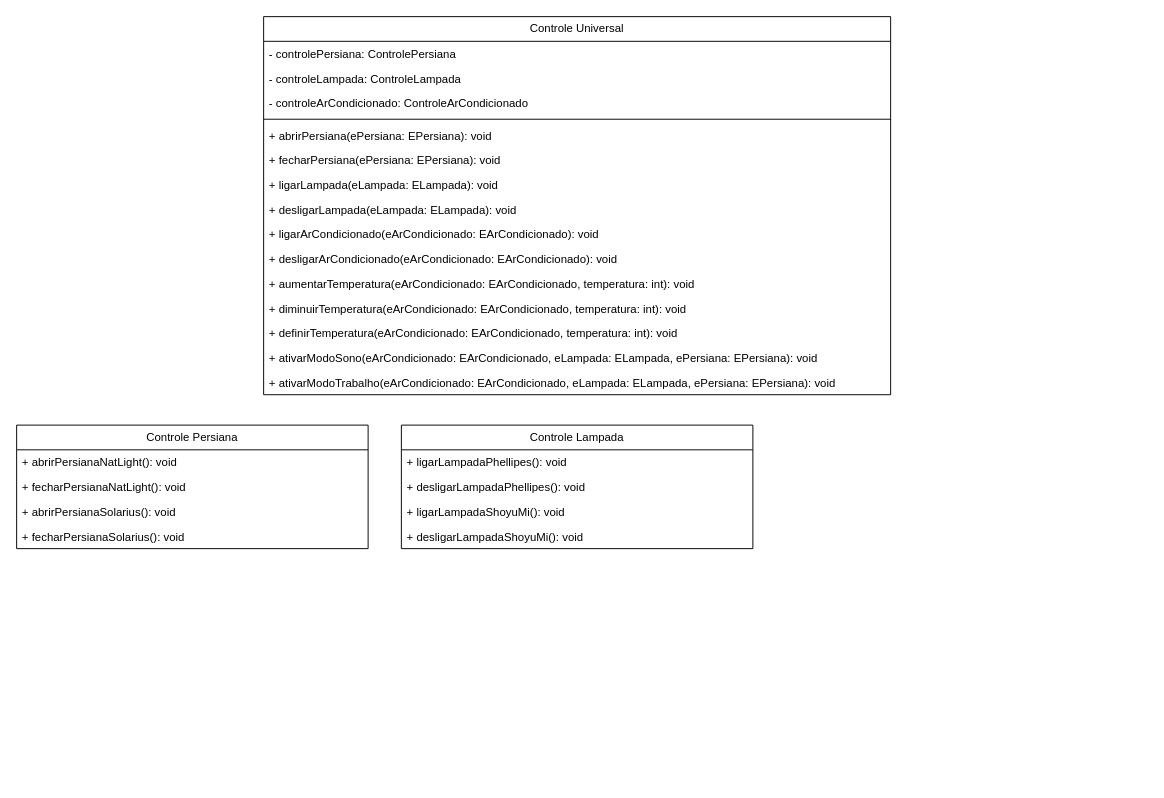
Before: problema3/target/classes/com/analisealgoritmos/assets/trabalho 1 - problema 3.drawio in joaolavina/AnaliseAlgoritmos, a draw.io diagram. Source tidied: cells renumbered, new cells numbered last; positions are measured from the earlier drawing's top-left corner, leaving out a move shared by most shapes. Both pictures are drawn from the tidied source at 95%, with x=0, y=0 at pixel (16, 16).
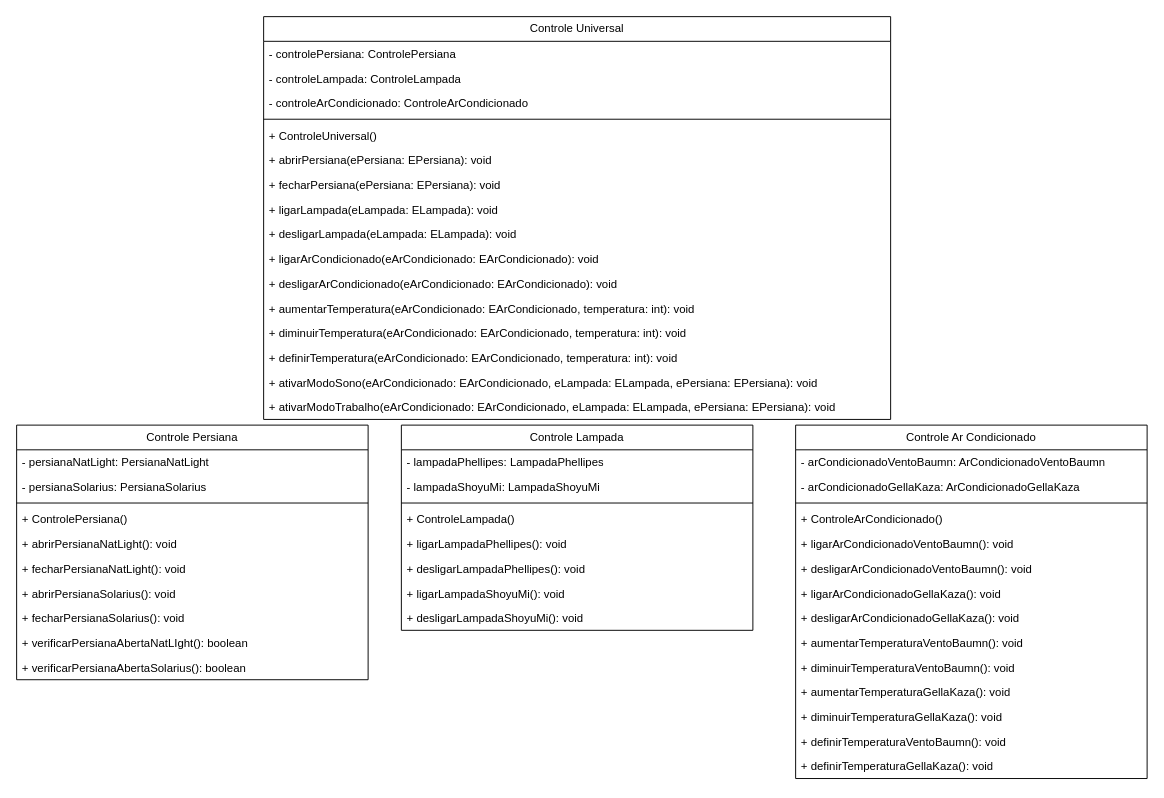
Above is the later version.

The edit, as a diff of the source:
```diff
@@
     <mxCell id="2" value="Controle Universal" style="swimlane;fontStyle=0;horizontal=1;startSize=26;fillColor=none;whiteSpace=wrap;html=1;" parent="1" vertex="1">
-      <mxGeometry x="260" width="660" height="398" as="geometry" />
+      <mxGeometry x="260" width="660" height="424" as="geometry" />
     </mxCell>
@@
+    <mxCell id="28" value="+ ControleUniversal()" style="text;strokeColor=none;fillColor=none;align=left;verticalAlign=top;spacingLeft=4;spacingRight=4;overflow=hidden;whiteSpace=wrap;html=1;" parent="2" vertex="1">
+      <mxGeometry y="112" width="660" height="26" as="geometry" />
+    </mxCell>
     <mxCell id="7" value="+ abrirPersiana(ePersiana: EPersiana): void" style="text;strokeColor=none;fillColor=none;align=left;verticalAlign=top;spacingLeft=4;spacingRight=4;overflow=hidden;whiteSpace=wrap;html=1;" parent="2" vertex="1">
-      <mxGeometry y="112" width="660" height="26" as="geometry" />
+      <mxGeometry y="138" width="660" height="26" as="geometry" />
     </mxCell>
     <mxCell id="8" value="+ fecharPersiana(ePersiana: EPersiana): void" style="text;strokeColor=none;fillColor=none;align=left;verticalAlign=top;spacingLeft=4;spacingRight=4;overflow=hidden;whiteSpace=wrap;html=1;" parent="2" vertex="1">
-      <mxGeometry y="138" width="660" height="26" as="geometry" />
+      <mxGeometry y="164" width="660" height="26" as="geometry" />
     </mxCell>
     <mxCell id="9" value="+ ligarLampada(eLampada: ELampada): void" style="text;strokeColor=none;fillColor=none;align=left;verticalAlign=top;spacingLeft=4;spacingRight=4;overflow=hidden;whiteSpace=wrap;html=1;" parent="2" vertex="1">
-      <mxGeometry y="164" width="660" height="26" as="geometry" />
+      <mxGeometry y="190" width="660" height="26" as="geometry" />
     </mxCell>
     <mxCell id="10" value="+ desligarLampada(eLampada: ELampada): void" style="text;strokeColor=none;fillColor=none;align=left;verticalAlign=top;spacingLeft=4;spacingRight=4;overflow=hidden;whiteSpace=wrap;html=1;" parent="2" vertex="1">
-      <mxGeometry y="190" width="660" height="26" as="geometry" />
+      <mxGeometry y="216" width="660" height="26" as="geometry" />
     </mxCell>
     <mxCell id="11" value="+ ligarArCondicionado(eArCondicionado: EArCondicionado): void" style="text;strokeColor=none;fillColor=none;align=left;verticalAlign=top;spacingLeft=4;spacingRight=4;overflow=hidden;whiteSpace=wrap;html=1;" parent="2" vertex="1">
-      <mxGeometry y="216" width="660" height="26" as="geometry" />
+      <mxGeometry y="242" width="660" height="26" as="geometry" />
     </mxCell>
     <mxCell id="12" value="+ desligarArCondicionado(eArCondicionado: EArCondicionado): void" style="text;strokeColor=none;fillColor=none;align=left;verticalAlign=top;spacingLeft=4;spacingRight=4;overflow=hidden;whiteSpace=wrap;html=1;" parent="2" vertex="1">
-      <mxGeometry y="242" width="660" height="26" as="geometry" />
+      <mxGeometry y="268" width="660" height="26" as="geometry" />
     </mxCell>
     <mxCell id="13" value="+ aumentarTemperatura(eArCondicionado: EArCondicionado, temperatura: int): void" style="text;strokeColor=none;fillColor=none;align=left;verticalAlign=top;spacingLeft=4;spacingRight=4;overflow=hidden;whiteSpace=wrap;html=1;" parent="2" vertex="1">
-      <mxGeometry y="268" width="660" height="26" as="geometry" />
+      <mxGeometry y="294" width="660" height="26" as="geometry" />
     </mxCell>
     <mxCell id="14" value="+ diminuirTemperatura(eA&lt;span style=&quot;color: rgb(0, 0, 0);&quot;&gt;rCondicionado: EArCondicionado, temperatura: int&lt;/span&gt;): void" style="text;strokeColor=none;fillColor=none;align=left;verticalAlign=top;spacingLeft=4;spacingRight=4;overflow=hidden;whiteSpace=wrap;html=1;" parent="2" vertex="1">
-      <mxGeometry y="294" width="660" height="26" as="geometry" />
+      <mxGeometry y="320" width="660" height="26" as="geometry" />
     </mxCell>
     <mxCell id="15" value="+ definirTemperatura(eA&lt;span style=&quot;color: rgb(0, 0, 0);&quot;&gt;rCondicionado: EArCondicionado, temperatura: int&lt;/span&gt;): void" style="text;strokeColor=none;fillColor=none;align=left;verticalAlign=top;spacingLeft=4;spacingRight=4;overflow=hidden;whiteSpace=wrap;html=1;" parent="2" vertex="1">
-      <mxGeometry y="320" width="660" height="26" as="geometry" />
+      <mxGeometry y="346" width="660" height="26" as="geometry" />
     </mxCell>
     <mxCell id="16" value="+ ativarModoSono(eArCondicionado: EArCondicionado, eLampada: ELampada, ePersiana: EPersiana): void" style="text;strokeColor=none;fillColor=none;align=left;verticalAlign=top;spacingLeft=4;spacingRight=4;overflow=hidden;whiteSpace=wrap;html=1;" parent="2" vertex="1">
-      <mxGeometry y="346" width="660" height="26" as="geometry" />
+      <mxGeometry y="372" width="660" height="26" as="geometry" />
     </mxCell>
     <mxCell id="17" value="+ ativarModoTrabalho(&lt;span style=&quot;color: rgb(0, 0, 0);&quot;&gt;eArCondicionado: EArCondicionado, eLampada: ELampada, ePersiana: EPersiana&lt;/span&gt;): void" style="text;strokeColor=none;fillColor=none;align=left;verticalAlign=top;spacingLeft=4;spacingRight=4;overflow=hidden;whiteSpace=wrap;html=1;" parent="2" vertex="1">
-      <mxGeometry y="372" width="660" height="26" as="geometry" />
+      <mxGeometry y="398" width="660" height="26" as="geometry" />
     </mxCell>
     <mxCell id="18" value="Controle Persiana" style="swimlane;fontStyle=0;horizontal=1;startSize=26;fillColor=none;whiteSpace=wrap;html=1;" parent="1" vertex="1">
-      <mxGeometry y="430" width="370" height="130" as="geometry" />
+      <mxGeometry y="430" width="370" height="268" as="geometry" />
     </mxCell>
+    <mxCell id="29" value="- persianaNatLight: PersianaNatLight" style="text;strokeColor=none;fillColor=none;align=left;verticalAlign=top;spacingLeft=4;spacingRight=4;overflow=hidden;whiteSpace=wrap;html=1;" parent="18" vertex="1">
+      <mxGeometry y="26" width="370" height="26" as="geometry" />
+    </mxCell>
+    <mxCell id="30" value="- persianaSolarius: PersianaSolarius" style="text;strokeColor=none;fillColor=none;align=left;verticalAlign=top;spacingLeft=4;spacingRight=4;overflow=hidden;whiteSpace=wrap;html=1;" parent="18" vertex="1">
+      <mxGeometry y="52" width="370" height="26" as="geometry" />
+    </mxCell>
+    <mxCell id="31" style="line;strokeWidth=1;fillColor=none;align=left;verticalAlign=middle;spacingTop=-1;spacingLeft=3;spacingRight=3;labelPosition=right;strokeColor=inherit;" parent="18" vertex="1">
+      <mxGeometry y="78" width="370" height="8" as="geometry" />
+    </mxCell>
+    <mxCell id="32" value="+ ControlePersiana()" style="text;strokeColor=none;fillColor=none;align=left;verticalAlign=top;spacingLeft=4;spacingRight=4;overflow=hidden;whiteSpace=wrap;html=1;" parent="18" vertex="1">
+      <mxGeometry y="86" width="370" height="26" as="geometry" />
+    </mxCell>
     <mxCell id="19" value="+ abrirPersianaNatLight(): void" style="text;strokeColor=none;fillColor=none;align=left;verticalAlign=top;spacingLeft=4;spacingRight=4;overflow=hidden;whiteSpace=wrap;html=1;" parent="18" vertex="1">
-      <mxGeometry y="26" width="370" height="26" as="geometry" />
+      <mxGeometry y="112" width="370" height="26" as="geometry" />
     </mxCell>
     <mxCell id="20" value="+ fecharPersianaNatLight(): void" style="text;strokeColor=none;fillColor=none;align=left;verticalAlign=top;spacingLeft=4;spacingRight=4;overflow=hidden;whiteSpace=wrap;html=1;" parent="18" vertex="1">
-      <mxGeometry y="52" width="370" height="26" as="geometry" />
+      <mxGeometry y="138" width="370" height="26" as="geometry" />
     </mxCell>
     <mxCell id="21" value="+ abrirPersianaSolarius(): void" style="text;strokeColor=none;fillColor=none;align=left;verticalAlign=top;spacingLeft=4;spacingRight=4;overflow=hidden;whiteSpace=wrap;html=1;" parent="18" vertex="1">
-      <mxGeometry y="78" width="370" height="26" as="geometry" />
+      <mxGeometry y="164" width="370" height="26" as="geometry" />
     </mxCell>
     <mxCell id="22" value="+ fecharPersianaSolarius(): void" style="text;strokeColor=none;fillColor=none;align=left;verticalAlign=top;spacingLeft=4;spacingRight=4;overflow=hidden;whiteSpace=wrap;html=1;" parent="18" vertex="1">
-      <mxGeometry y="104" width="370" height="26" as="geometry" />
+      <mxGeometry y="190" width="370" height="26" as="geometry" />
     </mxCell>
+    <mxCell id="33" value="+ verificarPersianaAbertaNatLIght(): boolean" style="text;strokeColor=none;fillColor=none;align=left;verticalAlign=top;spacingLeft=4;spacingRight=4;overflow=hidden;whiteSpace=wrap;html=1;" parent="18" vertex="1">
+      <mxGeometry y="216" width="370" height="26" as="geometry" />
+    </mxCell>
+    <mxCell id="34" value="+ verificarPersianaAbertaSolarius(): boolean" style="text;strokeColor=none;fillColor=none;align=left;verticalAlign=top;spacingLeft=4;spacingRight=4;overflow=hidden;whiteSpace=wrap;html=1;" parent="18" vertex="1">
+      <mxGeometry y="242" width="370" height="26" as="geometry" />
+    </mxCell>
     <mxCell id="23" value="Controle Lampada" style="swimlane;fontStyle=0;horizontal=1;startSize=26;fillColor=none;whiteSpace=wrap;html=1;" parent="1" vertex="1">
-      <mxGeometry x="405" y="430" width="370" height="130" as="geometry" />
+      <mxGeometry x="405" y="430" width="370" height="216" as="geometry" />
     </mxCell>
+    <mxCell id="35" value="- lampadaPhellipes: LampadaPhellipes" style="text;strokeColor=none;fillColor=none;align=left;verticalAlign=top;spacingLeft=4;spacingRight=4;overflow=hidden;whiteSpace=wrap;html=1;" parent="23" vertex="1">
+      <mxGeometry y="26" width="370" height="26" as="geometry" />
+    </mxCell>
+    <mxCell id="36" value="- lampadaShoyuMi: LampadaShoyuMi" style="text;strokeColor=none;fillColor=none;align=left;verticalAlign=top;spacingLeft=4;spacingRight=4;overflow=hidden;whiteSpace=wrap;html=1;" parent="23" vertex="1">
+      <mxGeometry y="52" width="370" height="26" as="geometry" />
+    </mxCell>
+    <mxCell id="37" style="line;strokeWidth=1;fillColor=none;align=left;verticalAlign=middle;spacingTop=-1;spacingLeft=3;spacingRight=3;labelPosition=right;strokeColor=inherit;" parent="23" vertex="1">
+      <mxGeometry y="78" width="370" height="8" as="geometry" />
+    </mxCell>
+    <mxCell id="38" value="+ ControleLampada()" style="text;strokeColor=none;fillColor=none;align=left;verticalAlign=top;spacingLeft=4;spacingRight=4;overflow=hidden;whiteSpace=wrap;html=1;" parent="23" vertex="1">
+      <mxGeometry y="86" width="370" height="26" as="geometry" />
+    </mxCell>
     <mxCell id="24" value="+ ligarLampadaPhellipes(): void" style="text;strokeColor=none;fillColor=none;align=left;verticalAlign=top;spacingLeft=4;spacingRight=4;overflow=hidden;whiteSpace=wrap;html=1;" parent="23" vertex="1">
-      <mxGeometry y="26" width="370" height="26" as="geometry" />
+      <mxGeometry y="112" width="370" height="26" as="geometry" />
     </mxCell>
     <mxCell id="25" value="+ desligarLampadaPhellipes(): void" style="text;strokeColor=none;fillColor=none;align=left;verticalAlign=top;spacingLeft=4;spacingRight=4;overflow=hidden;whiteSpace=wrap;html=1;" parent="23" vertex="1">
-      <mxGeometry y="52" width="370" height="26" as="geometry" />
+      <mxGeometry y="138" width="370" height="26" as="geometry" />
     </mxCell>
     <mxCell id="26" value="+ ligarLampadaShoyuMi(): void" style="text;strokeColor=none;fillColor=none;align=left;verticalAlign=top;spacingLeft=4;spacingRight=4;overflow=hidden;whiteSpace=wrap;html=1;" parent="23" vertex="1">
-      <mxGeometry y="78" width="370" height="26" as="geometry" />
+      <mxGeometry y="164" width="370" height="26" as="geometry" />
     </mxCell>
     <mxCell id="27" value="+ des&lt;span style=&quot;color: rgb(0, 0, 0);&quot;&gt;ligarLampadaShoyuMi&lt;/span&gt;(): void" style="text;strokeColor=none;fillColor=none;align=left;verticalAlign=top;spacingLeft=4;spacingRight=4;overflow=hidden;whiteSpace=wrap;html=1;" parent="23" vertex="1">
-      <mxGeometry y="104" width="370" height="26" as="geometry" />
+      <mxGeometry y="190" width="370" height="26" as="geometry" />
     </mxCell>
+    <mxCell id="39" value="Controle Ar Condicionado" style="swimlane;fontStyle=0;horizontal=1;startSize=26;fillColor=none;whiteSpace=wrap;html=1;" parent="1" vertex="1">
+      <mxGeometry x="820" y="430" width="370" height="372" as="geometry" />
+    </mxCell>
+    <mxCell id="40" value="- arCondicionadoVentoBaumn: ArCondicionadoVentoBaumn" style="text;strokeColor=none;fillColor=none;align=left;verticalAlign=top;spacingLeft=4;spacingRight=4;overflow=hidden;whiteSpace=wrap;html=1;" parent="39" vertex="1">
+      <mxGeometry y="26" width="370" height="26" as="geometry" />
+    </mxCell>
+    <mxCell id="41" value="- arCondicionadoGellaKaza: ArCondicionadoGellaKaza" style="text;strokeColor=none;fillColor=none;align=left;verticalAlign=top;spacingLeft=4;spacingRight=4;overflow=hidden;whiteSpace=wrap;html=1;" parent="39" vertex="1">
+      <mxGeometry y="52" width="370" height="26" as="geometry" />
+    </mxCell>
+    <mxCell id="42" style="line;strokeWidth=1;fillColor=none;align=left;verticalAlign=middle;spacingTop=-1;spacingLeft=3;spacingRight=3;labelPosition=right;strokeColor=inherit;" parent="39" vertex="1">
+      <mxGeometry y="78" width="370" height="8" as="geometry" />
+    </mxCell>
+    <mxCell id="43" value="+ ControleArCondicionado()" style="text;strokeColor=none;fillColor=none;align=left;verticalAlign=top;spacingLeft=4;spacingRight=4;overflow=hidden;whiteSpace=wrap;html=1;" parent="39" vertex="1">
+      <mxGeometry y="86" width="370" height="26" as="geometry" />
+    </mxCell>
+    <mxCell id="44" value="+ ligarArCondicionadoVentoBaumn(): void" style="text;strokeColor=none;fillColor=none;align=left;verticalAlign=top;spacingLeft=4;spacingRight=4;overflow=hidden;whiteSpace=wrap;html=1;" parent="39" vertex="1">
+      <mxGeometry y="112" width="370" height="26" as="geometry" />
+    </mxCell>
+    <mxCell id="45" value="+ desligarArCondicionadoVentoBaumn(): void" style="text;strokeColor=none;fillColor=none;align=left;verticalAlign=top;spacingLeft=4;spacingRight=4;overflow=hidden;whiteSpace=wrap;html=1;" parent="39" vertex="1">
+      <mxGeometry y="138" width="370" height="26" as="geometry" />
+    </mxCell>
+    <mxCell id="46" value="+ ligarArCondicionadoGellaKaza(): void" style="text;strokeColor=none;fillColor=none;align=left;verticalAlign=top;spacingLeft=4;spacingRight=4;overflow=hidden;whiteSpace=wrap;html=1;" parent="39" vertex="1">
+      <mxGeometry y="164" width="370" height="26" as="geometry" />
+    </mxCell>
+    <mxCell id="47" value="+ des&lt;span style=&quot;color: rgb(0, 0, 0);&quot;&gt;ligarArCondicionadoGellaKaza&lt;/span&gt;(): void" style="text;strokeColor=none;fillColor=none;align=left;verticalAlign=top;spacingLeft=4;spacingRight=4;overflow=hidden;whiteSpace=wrap;html=1;" parent="39" vertex="1">
+      <mxGeometry y="190" width="370" height="26" as="geometry" />
+    </mxCell>
+    <mxCell id="48" value="+ aumentarTemperaturaVentoBaumn(): void" style="text;strokeColor=none;fillColor=none;align=left;verticalAlign=top;spacingLeft=4;spacingRight=4;overflow=hidden;whiteSpace=wrap;html=1;" parent="39" vertex="1">
+      <mxGeometry y="216" width="370" height="26" as="geometry" />
+    </mxCell>
+    <mxCell id="49" value="+ diminuirTemperaturaVentoBaumn(): void" style="text;strokeColor=none;fillColor=none;align=left;verticalAlign=top;spacingLeft=4;spacingRight=4;overflow=hidden;whiteSpace=wrap;html=1;" parent="39" vertex="1">
+      <mxGeometry y="242" width="370" height="26" as="geometry" />
+    </mxCell>
+    <mxCell id="50" value="+ aumentarTemperaturaGellaKaza(): void" style="text;strokeColor=none;fillColor=none;align=left;verticalAlign=top;spacingLeft=4;spacingRight=4;overflow=hidden;whiteSpace=wrap;html=1;" parent="39" vertex="1">
+      <mxGeometry y="268" width="370" height="26" as="geometry" />
+    </mxCell>
+    <mxCell id="51" value="+ diminuirTemperaturaGellaKaza(): void" style="text;strokeColor=none;fillColor=none;align=left;verticalAlign=top;spacingLeft=4;spacingRight=4;overflow=hidden;whiteSpace=wrap;html=1;" parent="39" vertex="1">
+      <mxGeometry y="294" width="370" height="26" as="geometry" />
+    </mxCell>
+    <mxCell id="52" value="+ definirTemperaturaVentoBaumn(): void" style="text;strokeColor=none;fillColor=none;align=left;verticalAlign=top;spacingLeft=4;spacingRight=4;overflow=hidden;whiteSpace=wrap;html=1;" parent="39" vertex="1">
+      <mxGeometry y="320" width="370" height="26" as="geometry" />
+    </mxCell>
+    <mxCell id="53" value="+ definirTemperaturaGellaKaza(): void" style="text;strokeColor=none;fillColor=none;align=left;verticalAlign=top;spacingLeft=4;spacingRight=4;overflow=hidden;whiteSpace=wrap;html=1;" parent="39" vertex="1">
+      <mxGeometry y="346" width="370" height="26" as="geometry" />
+    </mxCell>
```
